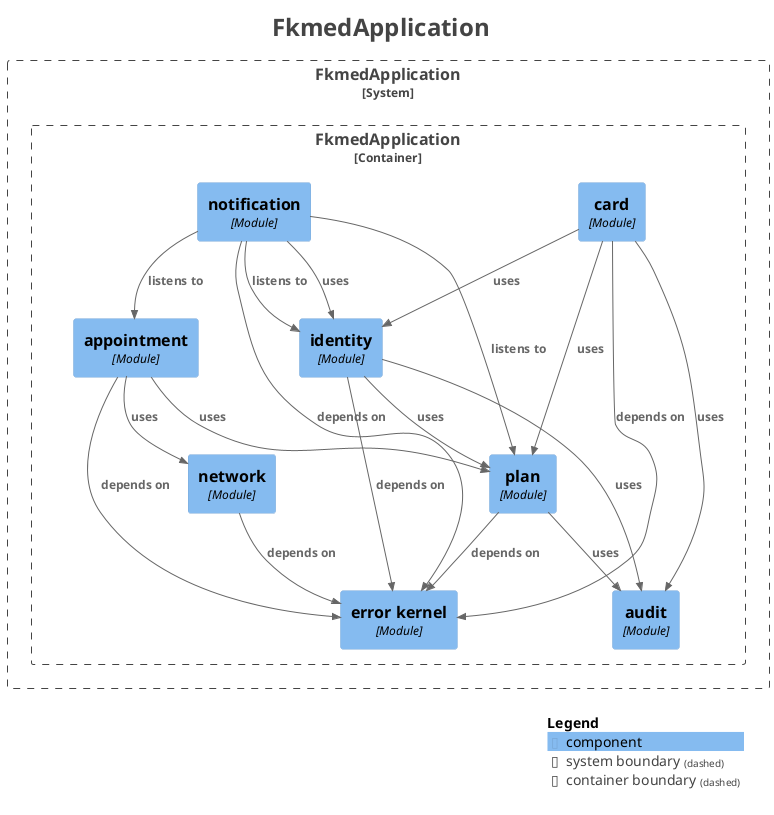
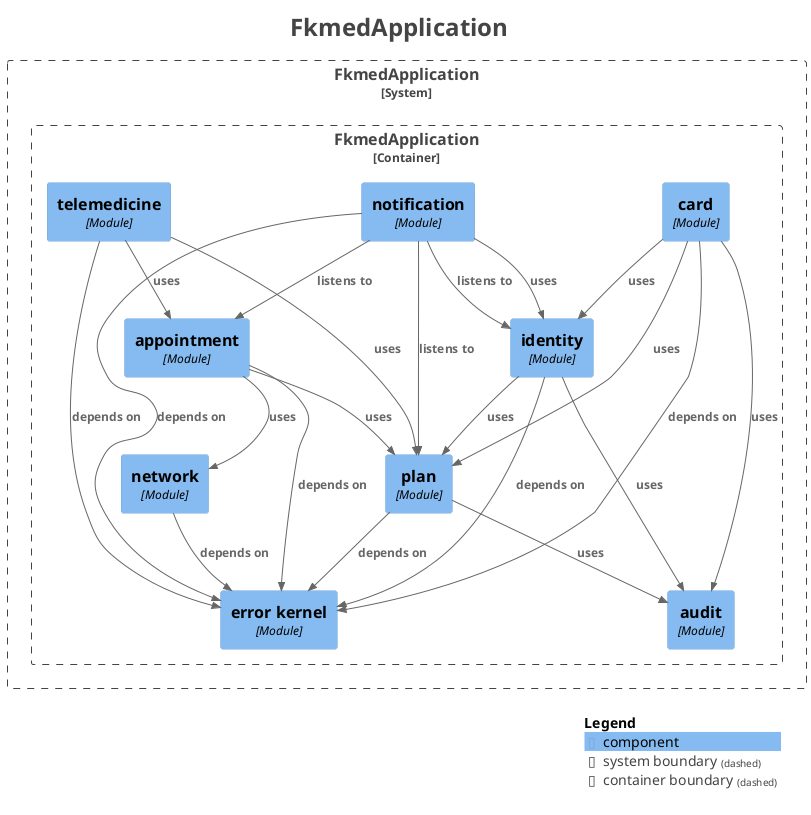
@startuml
title <size:24>FkmedApplication</size>

set separator none
top to bottom direction

<style>
  root {
    BackgroundColor: #ffffff
    FontColor: #444444
  }
</style>

!include <C4/C4>
!include <C4/C4_Context>
!include <C4/C4_Component>

System_Boundary("FkmedApplication_boundary", "FkmedApplication", $tags="") {
  Container_Boundary("FkmedApplication.FkmedApplication_boundary", "FkmedApplication", $tags="") {
    Component(FkmedApplication.FkmedApplication.card, "card", $techn="Module", $descr="", $tags="", $link="")
    Component(FkmedApplication.FkmedApplication.notification, "notification", $techn="Module", $descr="", $tags="", $link="")
+     Component(FkmedApplication.FkmedApplication.telemedicine, "telemedicine", $techn="Module", $descr="", $tags="", $link="")
    Component(FkmedApplication.FkmedApplication.audit, "audit", $techn="Module", $descr="", $tags="", $link="")
    Component(FkmedApplication.FkmedApplication.errorkernel, "error kernel", $techn="Module", $descr="", $tags="", $link="")
    Component(FkmedApplication.FkmedApplication.network, "network", $techn="Module", $descr="", $tags="", $link="")
    Component(FkmedApplication.FkmedApplication.plan, "plan", $techn="Module", $descr="", $tags="", $link="")
    Component(FkmedApplication.FkmedApplication.appointment, "appointment", $techn="Module", $descr="", $tags="", $link="")
    Component(FkmedApplication.FkmedApplication.identity, "identity", $techn="Module", $descr="", $tags="", $link="")
  }

}

Rel(FkmedApplication.FkmedApplication.appointment, FkmedApplication.FkmedApplication.errorkernel, "depends on", $techn="", $tags="", $link="")
Rel(FkmedApplication.FkmedApplication.appointment, FkmedApplication.FkmedApplication.network, "uses", $techn="", $tags="", $link="")
Rel(FkmedApplication.FkmedApplication.appointment, FkmedApplication.FkmedApplication.plan, "uses", $techn="", $tags="", $link="")
Rel(FkmedApplication.FkmedApplication.card, FkmedApplication.FkmedApplication.audit, "uses", $techn="", $tags="", $link="")
Rel(FkmedApplication.FkmedApplication.card, FkmedApplication.FkmedApplication.errorkernel, "depends on", $techn="", $tags="", $link="")
Rel(FkmedApplication.FkmedApplication.card, FkmedApplication.FkmedApplication.identity, "uses", $techn="", $tags="", $link="")
Rel(FkmedApplication.FkmedApplication.card, FkmedApplication.FkmedApplication.plan, "uses", $techn="", $tags="", $link="")
Rel(FkmedApplication.FkmedApplication.identity, FkmedApplication.FkmedApplication.audit, "uses", $techn="", $tags="", $link="")
Rel(FkmedApplication.FkmedApplication.identity, FkmedApplication.FkmedApplication.errorkernel, "depends on", $techn="", $tags="", $link="")
Rel(FkmedApplication.FkmedApplication.identity, FkmedApplication.FkmedApplication.plan, "uses", $techn="", $tags="", $link="")
Rel(FkmedApplication.FkmedApplication.network, FkmedApplication.FkmedApplication.errorkernel, "depends on", $techn="", $tags="", $link="")
Rel(FkmedApplication.FkmedApplication.notification, FkmedApplication.FkmedApplication.appointment, "listens to", $techn="", $tags="", $link="")
Rel(FkmedApplication.FkmedApplication.notification, FkmedApplication.FkmedApplication.errorkernel, "depends on", $techn="", $tags="", $link="")
Rel(FkmedApplication.FkmedApplication.notification, FkmedApplication.FkmedApplication.identity, "listens to", $techn="", $tags="", $link="")
Rel(FkmedApplication.FkmedApplication.notification, FkmedApplication.FkmedApplication.identity, "uses", $techn="", $tags="", $link="")
Rel(FkmedApplication.FkmedApplication.notification, FkmedApplication.FkmedApplication.plan, "listens to", $techn="", $tags="", $link="")
Rel(FkmedApplication.FkmedApplication.plan, FkmedApplication.FkmedApplication.audit, "uses", $techn="", $tags="", $link="")
Rel(FkmedApplication.FkmedApplication.plan, FkmedApplication.FkmedApplication.errorkernel, "depends on", $techn="", $tags="", $link="")
+ Rel(FkmedApplication.FkmedApplication.telemedicine, FkmedApplication.FkmedApplication.appointment, "uses", $techn="", $tags="", $link="")
+ Rel(FkmedApplication.FkmedApplication.telemedicine, FkmedApplication.FkmedApplication.errorkernel, "depends on", $techn="", $tags="", $link="")
+ Rel(FkmedApplication.FkmedApplication.telemedicine, FkmedApplication.FkmedApplication.plan, "uses", $techn="", $tags="", $link="")

SHOW_LEGEND(true)
hide stereotypes
@enduml